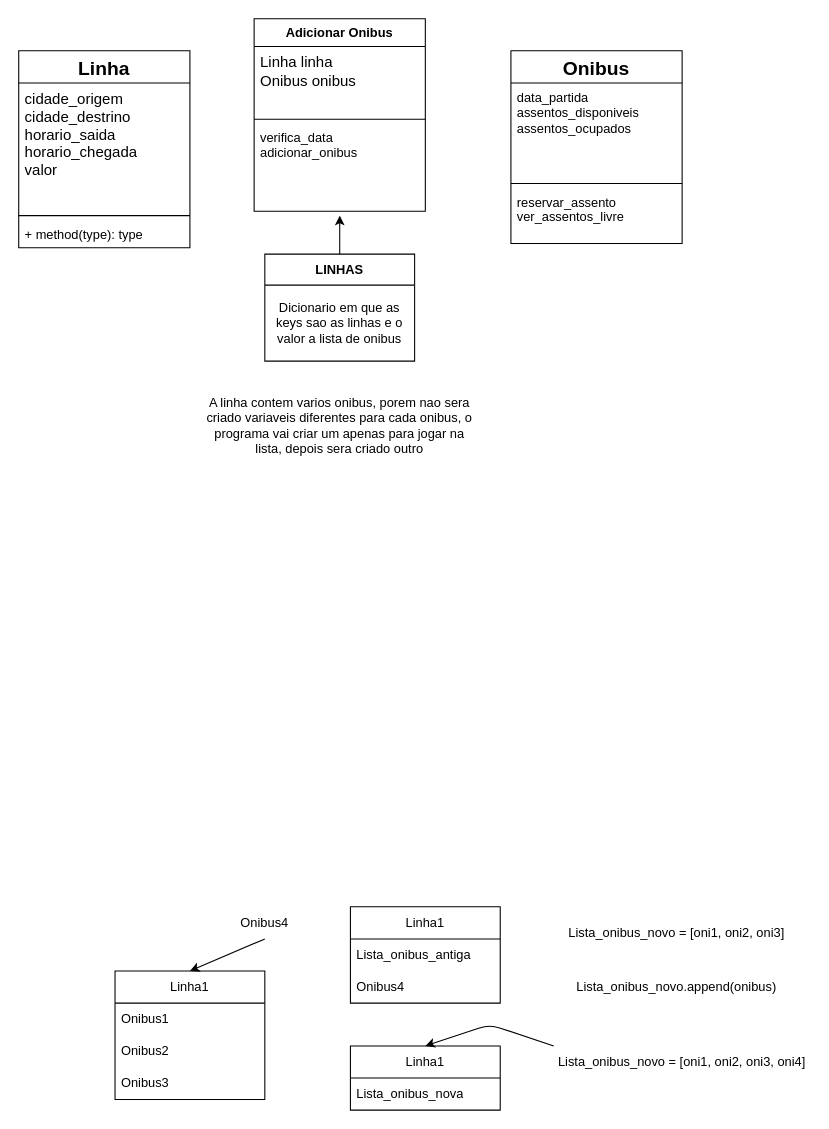
Before: diagramas.drawio in Felipe0132/Sistema-Empresa-Onibus, a draw.io diagram. Source tidied: cells renumbered, new cells numbered last; positions are measured from the earlier drawing's top-left corner, leaving out a move shared by most shapes. Both pictures are drawn from the tidied source at 107%, with x=0, y=0 at pixel (18, 18).
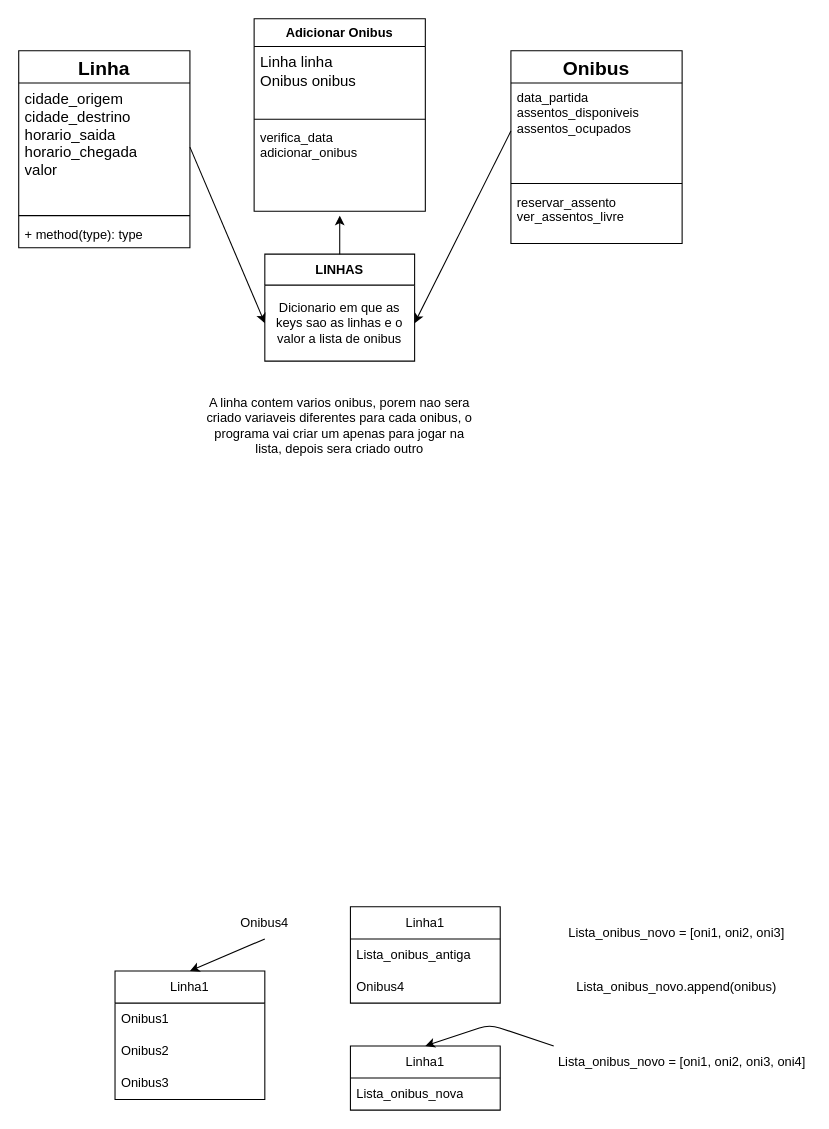
Above is the later version.

The change refers to these unchanged cells:
```xml
<mxCell id="3" value="&lt;font style=&quot;font-size: 14px;&quot;&gt;cidade_origem&lt;/font&gt;&lt;div&gt;&lt;font style=&quot;font-size: 14px;&quot;&gt;cidade_destrino&lt;/font&gt;&lt;/div&gt;&lt;div&gt;&lt;span style=&quot;font-size: 14px;&quot;&gt;horario_saida&lt;/span&gt;&lt;/div&gt;&lt;div&gt;&lt;span style=&quot;font-size: 14px;&quot;&gt;horario_chegada&lt;/span&gt;&lt;/div&gt;&lt;div&gt;&lt;span style=&quot;font-size: 14px;&quot;&gt;valor&lt;/span&gt;&lt;/div&gt;" style="text;strokeColor=none;fillColor=none;align=left;verticalAlign=top;spacingLeft=4;spacingRight=4;overflow=hidden;points=[[0,0.5],[1,0.5]];portConstraint=eastwest;whiteSpace=wrap;html=1;" parent="2" vertex="1">
  <mxGeometry y="30" width="160" height="120" as="geometry" />
</mxCell>
<mxCell id="7" value="&lt;font style=&quot;font-size: 12px;&quot;&gt;data_partida&lt;/font&gt;&lt;div&gt;&lt;font style=&quot;font-size: 12px;&quot;&gt;assentos_disponiveis&lt;/font&gt;&lt;/div&gt;&lt;div&gt;&lt;font style=&quot;font-size: 12px;&quot;&gt;assentos_ocupados&lt;/font&gt;&lt;/div&gt;" style="text;strokeColor=none;fillColor=none;align=left;verticalAlign=top;spacingLeft=4;spacingRight=4;overflow=hidden;points=[[0,0.5],[1,0.5]];portConstraint=eastwest;whiteSpace=wrap;html=1;" parent="6" vertex="1">
  <mxGeometry y="30" width="160" height="90" as="geometry" />
</mxCell>
<mxCell id="16" value="Dicionario em que as keys sao as linhas e o valor a lista de onibus" style="text;html=1;strokeColor=none;fillColor=none;align=center;verticalAlign=middle;spacingLeft=4;spacingRight=4;overflow=hidden;points=[[0,0.5],[1,0.5]];portConstraint=eastwest;whiteSpace=wrap;" parent="15" vertex="1">
  <mxGeometry y="29" width="140" height="71" as="geometry" />
</mxCell>
```

Diff of the diagram source:
```diff
@@
+    <mxCell id="33" style="edgeStyle=none;html=1;exitX=1;exitY=0.5;exitDx=0;exitDy=0;entryX=0;entryY=0.5;entryDx=0;entryDy=0;" parent="1" edge="1" source="3" target="16">
+      <mxGeometry relative="1" as="geometry" />
+    </mxCell>
+    <mxCell id="34" style="edgeStyle=none;html=1;exitX=0;exitY=0.5;exitDx=0;exitDy=0;entryX=1;entryY=0.5;entryDx=0;entryDy=0;" parent="1" edge="1" source="7" target="16">
+      <mxGeometry relative="1" as="geometry" />
+    </mxCell>
```
